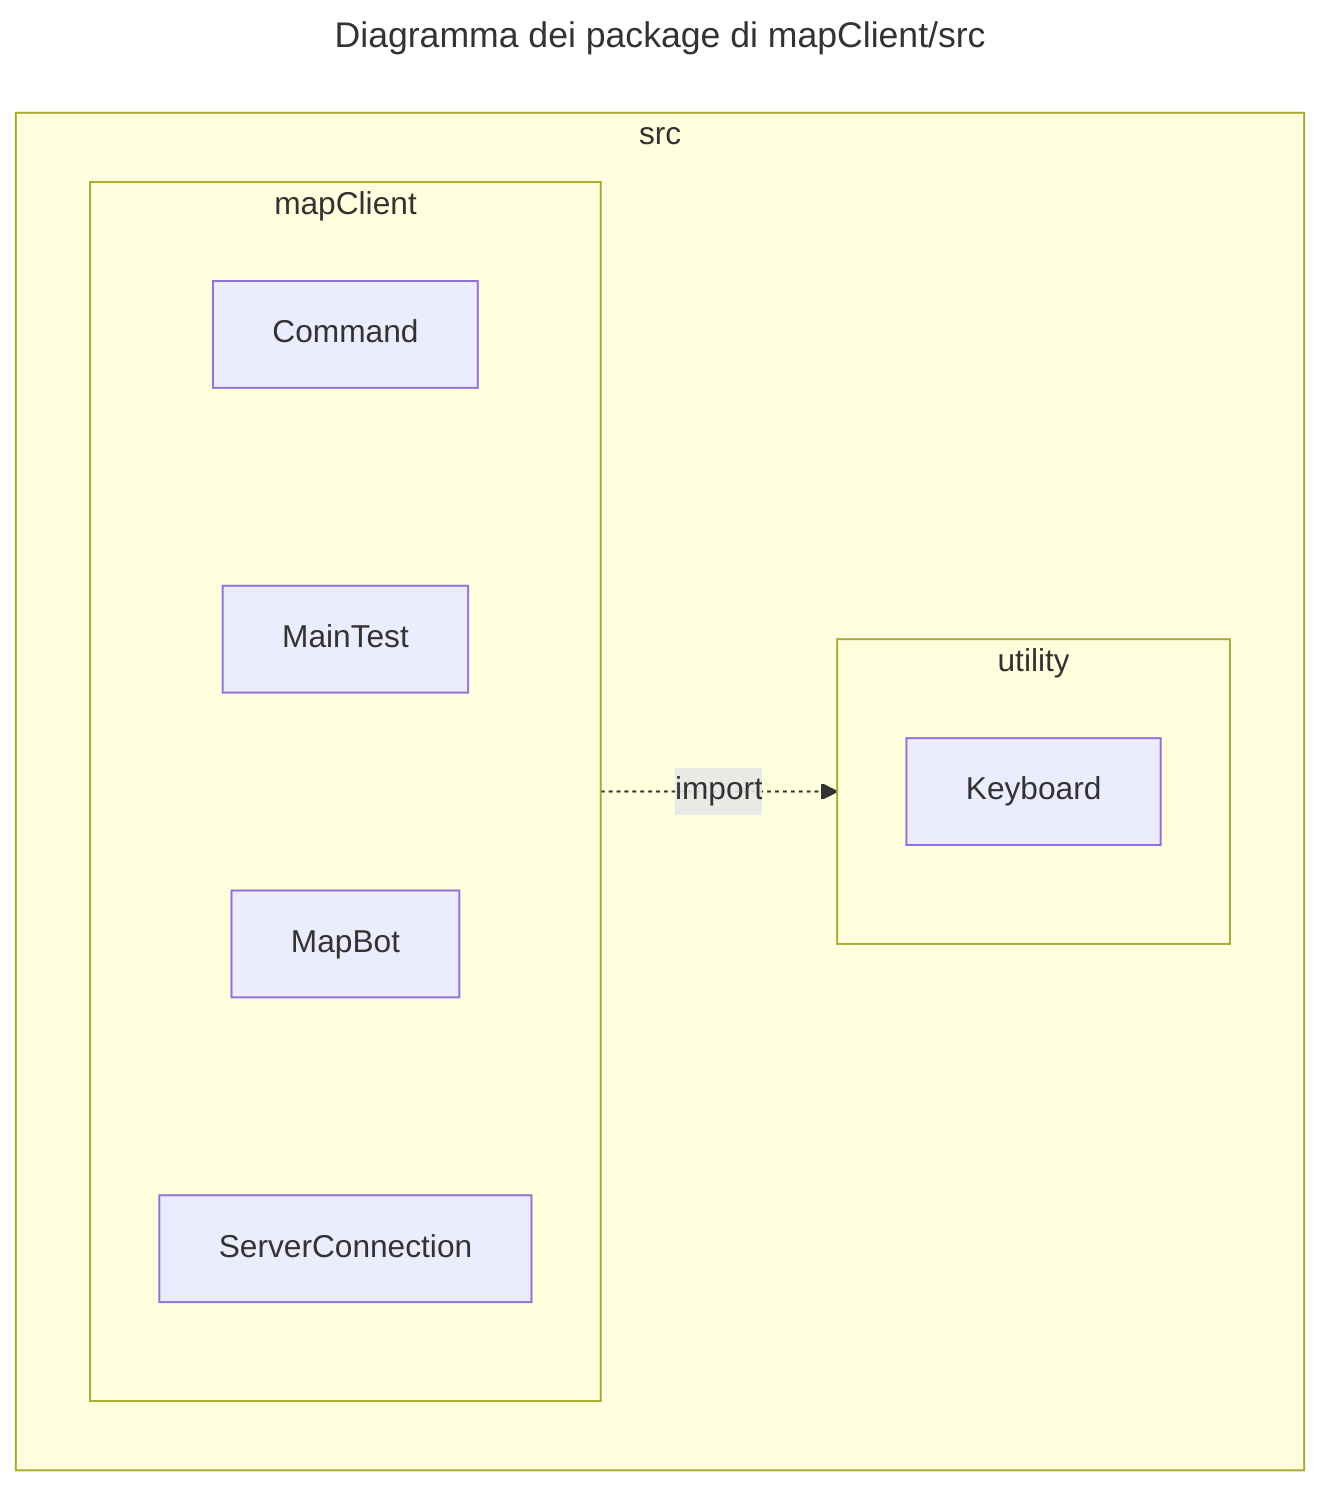
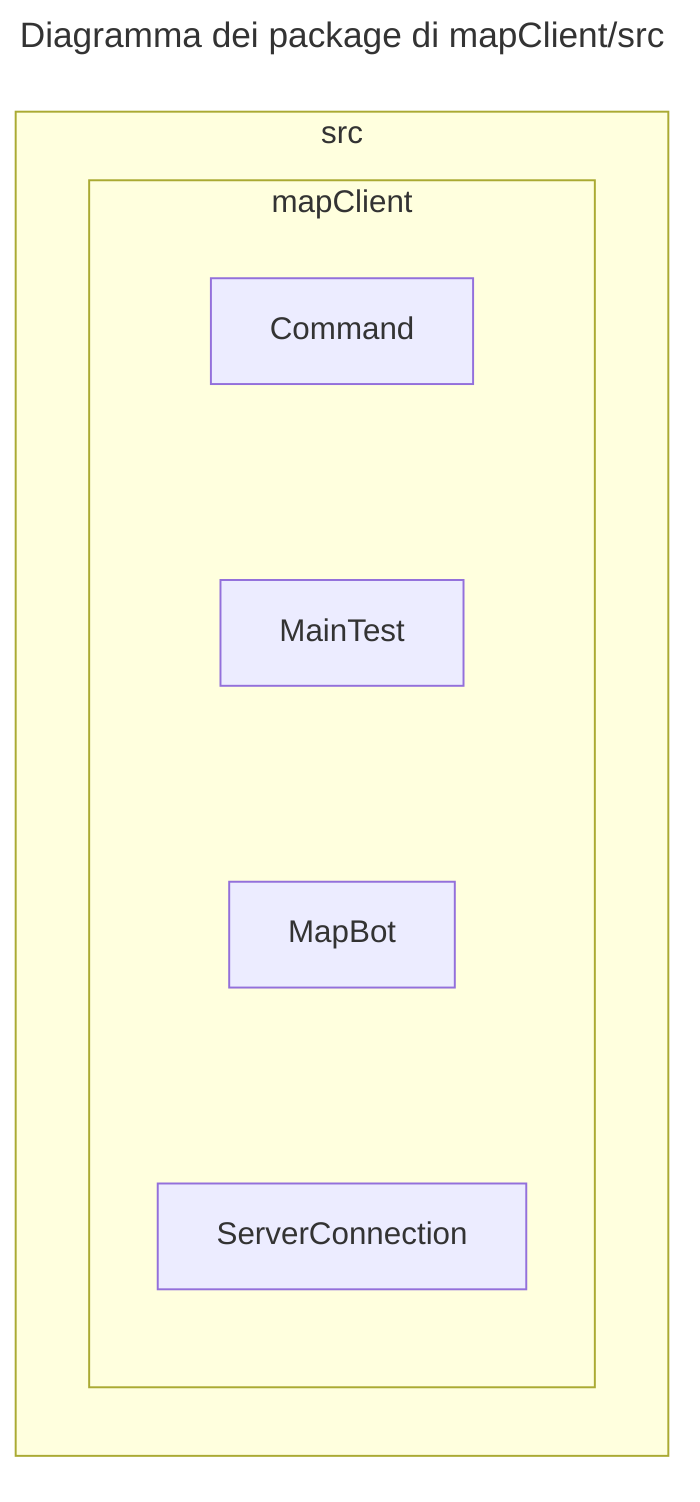
---
title: Diagramma dei package di mapClient/src
---
flowchart TD

subgraph src["src"]

    subgraph mapClientPkg["mapClient"]
        Command["Command"]
        MainTest["MainTest"]
        MapBot["MapBot"]
        ServerConnection["ServerConnection"]
        Command ~~~ MainTest ~~~ MapBot ~~~ ServerConnection
    end

-     subgraph utilityPkg["utility"]
-         Keyboard["Keyboard"]
-     end
- 
end
- 
- mapClientPkg -.->|import| utilityPkg